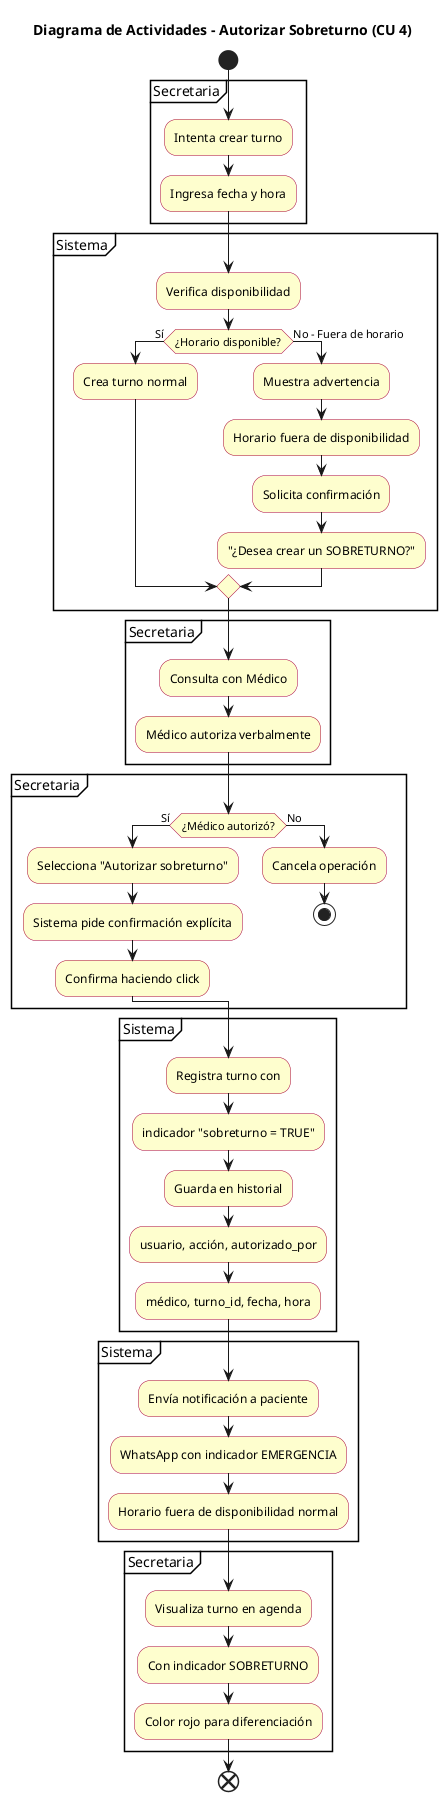
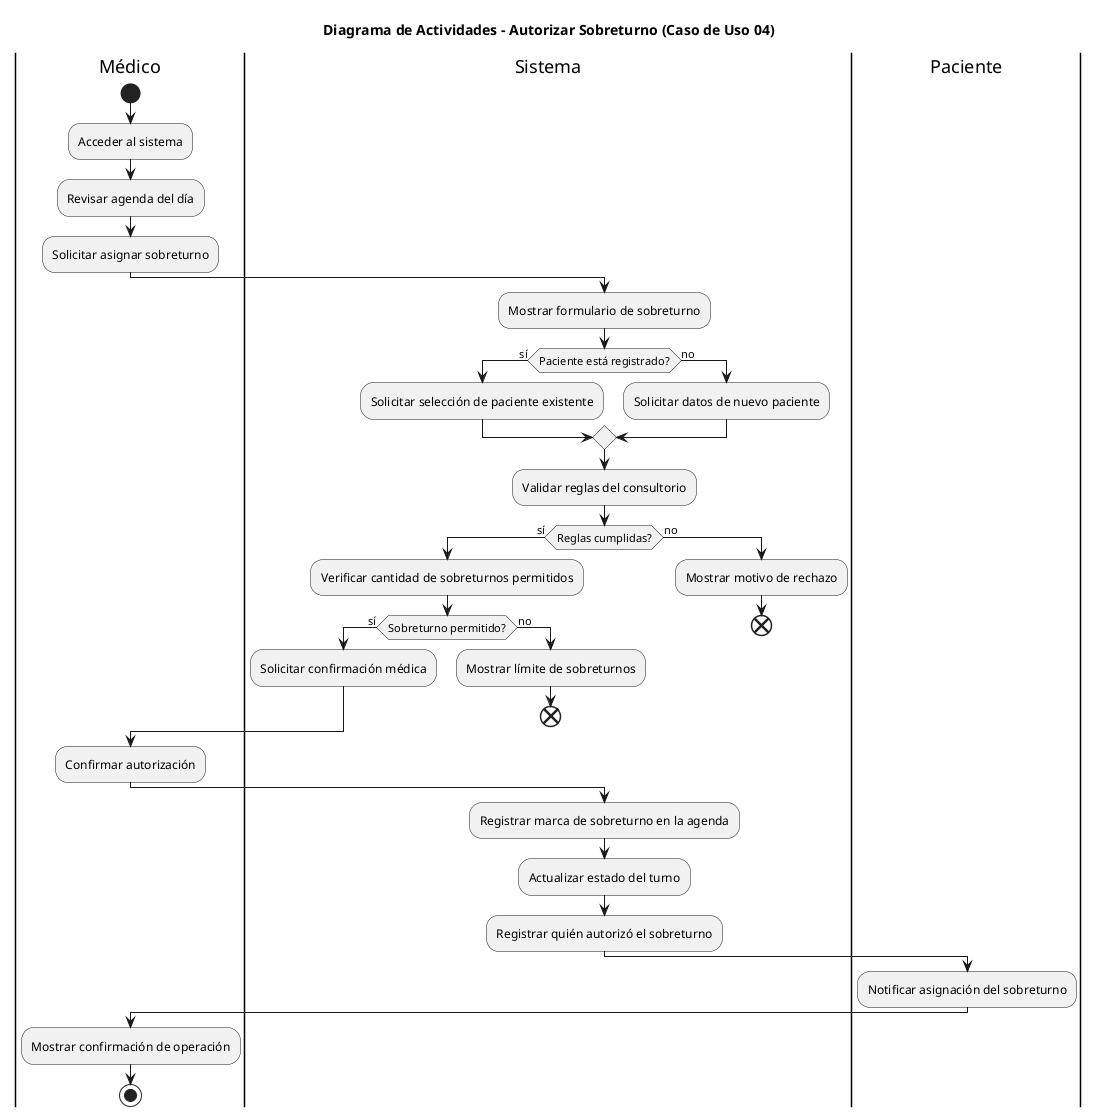
- @startuml
- title Diagrama de Actividades - Autorizar Sobreturno (CU 4)
+ @startuml AutorizarSobreturno

- skinparam ActivityBackgroundColor #FEFECE
- skinparam ActivityBorderColor #A80036
- skinparam ActivityFontColor #000000
+ title Diagrama de Actividades - Autorizar Sobreturno (Caso de Uso 04)

+ |Médico|
start
- partition Secretaria {
-   :Intenta crear turno;
-   :Ingresa fecha y hora;
- }
+ :Acceder al sistema;
+ :Revisar agenda del día;
+ :Solicitar asignar sobreturno;

- partition Sistema {
-   :Verifica disponibilidad;
-   if (¿Horario disponible?) then (Sí)
-     :Crea turno normal;
-   else (No - Fuera de horario)
-     :Muestra advertencia;
-     :Horario fuera de disponibilidad;
-     :Solicita confirmación;
-     :"¿Desea crear un SOBRETURNO?";
+ |Sistema|
+ :Mostrar formulario de sobreturno;
+ 
+ |Sistema|
+ if (Paciente está registrado?) then (sí)
+   :Solicitar selección de paciente existente;
+ else (no)
+   :Solicitar datos de nuevo paciente;
+ endif
+ 
+ |Sistema|
+ :Validar reglas del consultorio;
+ if (Reglas cumplidas?) then (sí)
+   :Verificar cantidad de sobreturnos permitidos;
+   if (Sobreturno permitido?) then (sí)
+     :Solicitar confirmación médica;
+   else (no)
+     :Mostrar límite de sobreturnos;
+     end
  endif
- }
+ else (no)
+   :Mostrar motivo de rechazo;
+   end
+ endif

- partition Secretaria {
-   :Consulta con Médico;
-   :Médico autoriza verbalmente;
- }
+ |Médico|
+ :Confirmar autorización;

- partition Secretaria {
-   if (¿Médico autorizó?) then (Sí)
-     :Selecciona "Autorizar sobreturno";
-     :Sistema pide confirmación explícita;
-     :Confirma haciendo click;
-   else (No)
-     :Cancela operación;
-     stop
-   endif
- }
+ |Sistema|
+ :Registrar marca de sobreturno en la agenda;
+ :Actualizar estado del turno;
+ :Registrar quién autorizó el sobreturno;

- partition Sistema {
-   :Registra turno con;
-   :indicador "sobreturno = TRUE";
-   :Guarda en historial;
-   :usuario, acción, autorizado_por;
-   :médico, turno_id, fecha, hora;
- }
+ |Paciente|
+ :Notificar asignación del sobreturno;

- partition Sistema {
-   :Envía notificación a paciente;
-   :WhatsApp con indicador EMERGENCIA;
-   :Horario fuera de disponibilidad normal;
- }
+ |Médico|
+ :Mostrar confirmación de operación;
+ stop

- partition Secretaria {
-   :Visualiza turno en agenda;
-   :Con indicador SOBRETURNO;
-   :Color rojo para diferenciación;
- }
- 
- end
- @enduml
+ @enduml